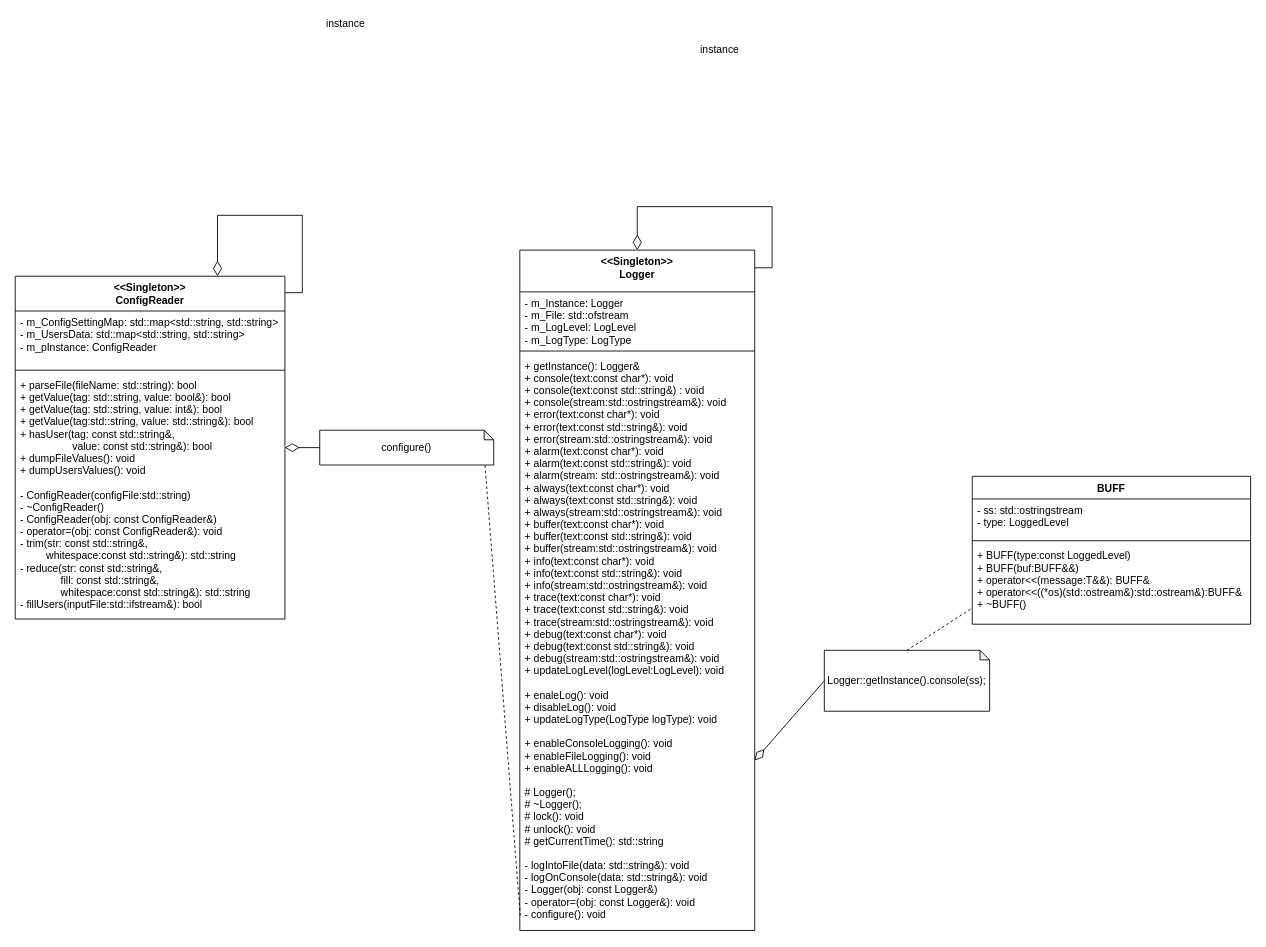
This is page "cfg and logger" (2 of 2) of uml.drawio from RektDerp/socks5-proxy-SUM-2022-copy, a draw.io file, before an edit. Source tidied: cells renumbered, new cells numbered last; positions are measured from the earlier drawing's top-left corner, leaving out a move shared by most shapes. Both pictures are drawn from the tidied source at 87%, with x=0, y=0 at pixel (15, 15).
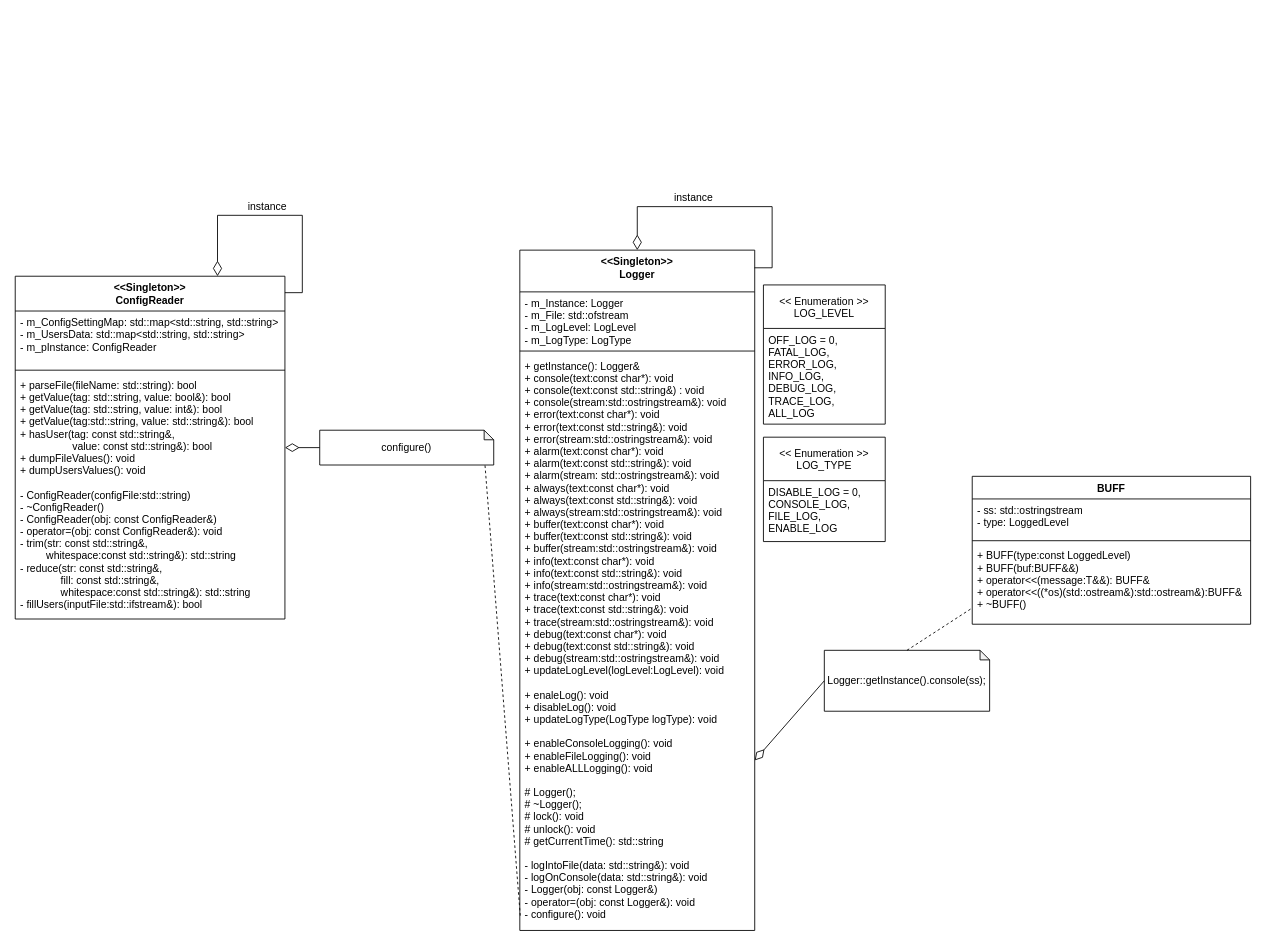
The same diagram, later.

What changed in the source:
```diff
@@
     <mxCell id="14" value="instance" style="text;html=1;strokeColor=none;fillColor=none;align=center;verticalAlign=middle;whiteSpace=wrap;rounded=0;" parent="1" vertex="1">
-      <mxGeometry x="350" width="60" height="20" as="geometry" />
+      <mxGeometry x="260" y="210" width="60" height="20" as="geometry" />
     </mxCell>
     <mxCell id="15" value="instance" style="text;html=1;strokeColor=none;fillColor=none;align=center;verticalAlign=middle;whiteSpace=wrap;rounded=0;" parent="1" vertex="1">
-      <mxGeometry x="780.1" y="30" width="60" height="20" as="geometry" />
+      <mxGeometry x="750" y="200" width="60" height="20" as="geometry" />
     </mxCell>
@@
+    <mxCell id="24" value="&lt;&lt; Enumeration &gt;&gt;&#10;LOG_LEVEL" style="swimlane;fontStyle=0;horizontal=1;startSize=50;fillColor=none;" parent="1" vertex="1">
+      <mxGeometry x="860" y="310" width="140" height="160" as="geometry" />
+    </mxCell>
+    <mxCell id="25" value="OFF_LOG = 0,&#10;FATAL_LOG,&#10;ERROR_LOG,&#10;INFO_LOG,&#10;DEBUG_LOG,&#10;TRACE_LOG,&#10;ALL_LOG" style="text;strokeColor=none;fillColor=none;align=left;verticalAlign=top;spacingLeft=4;spacingRight=4;overflow=hidden;" parent="24" vertex="1">
+      <mxGeometry y="50" width="140" height="110" as="geometry" />
+    </mxCell>
+    <mxCell id="26" value="&lt;&lt; Enumeration &gt;&gt;&#10;LOG_TYPE" style="swimlane;fontStyle=0;horizontal=1;startSize=50;fillColor=none;" parent="1" vertex="1">
+      <mxGeometry x="860" y="485" width="140" height="120" as="geometry" />
+    </mxCell>
+    <mxCell id="27" value="DISABLE_LOG = 0,&#10;CONSOLE_LOG,&#10;FILE_LOG,&#10;ENABLE_LOG" style="text;strokeColor=none;fillColor=none;align=left;verticalAlign=top;spacingLeft=4;spacingRight=4;overflow=hidden;" parent="26" vertex="1">
+      <mxGeometry y="50" width="140" height="70" as="geometry" />
+    </mxCell>
```
